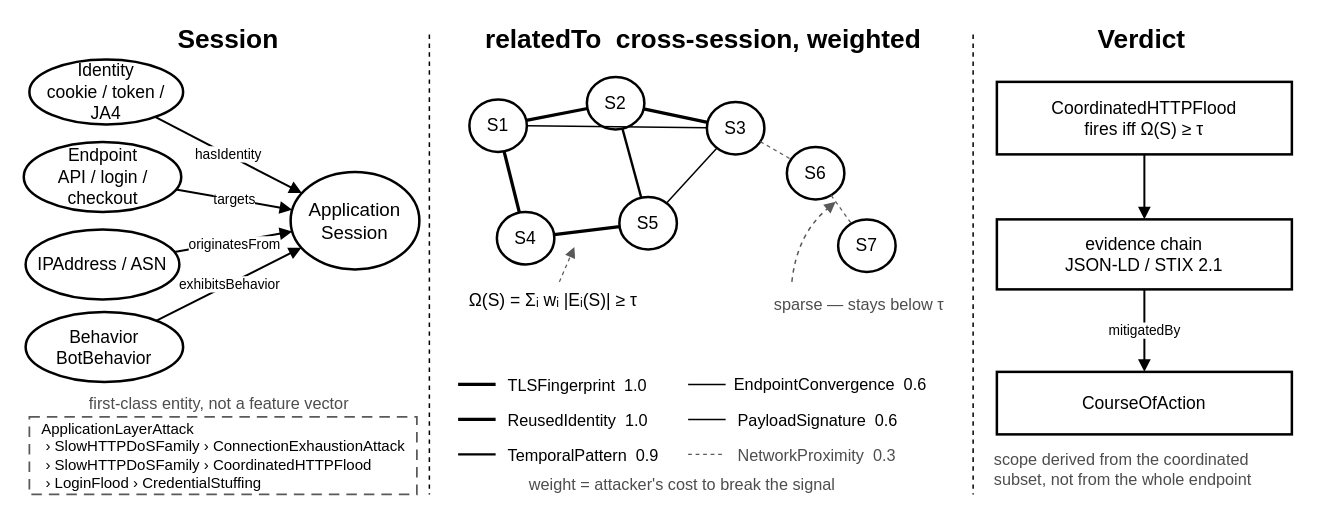
Before: papers/http-session-noms/figures/src-drawio/fig1_ontology.drawio in Natanael0liveira/knowledge-graph-ddos-article, a draw.io diagram. Source tidied: cells renumbered, new cells numbered last; positions are measured from the earlier drawing's top-left corner, leaving out a move shared by most shapes. Both pictures are drawn from the tidied source at 125%, with x=0, y=0 at pixel (24, 21).
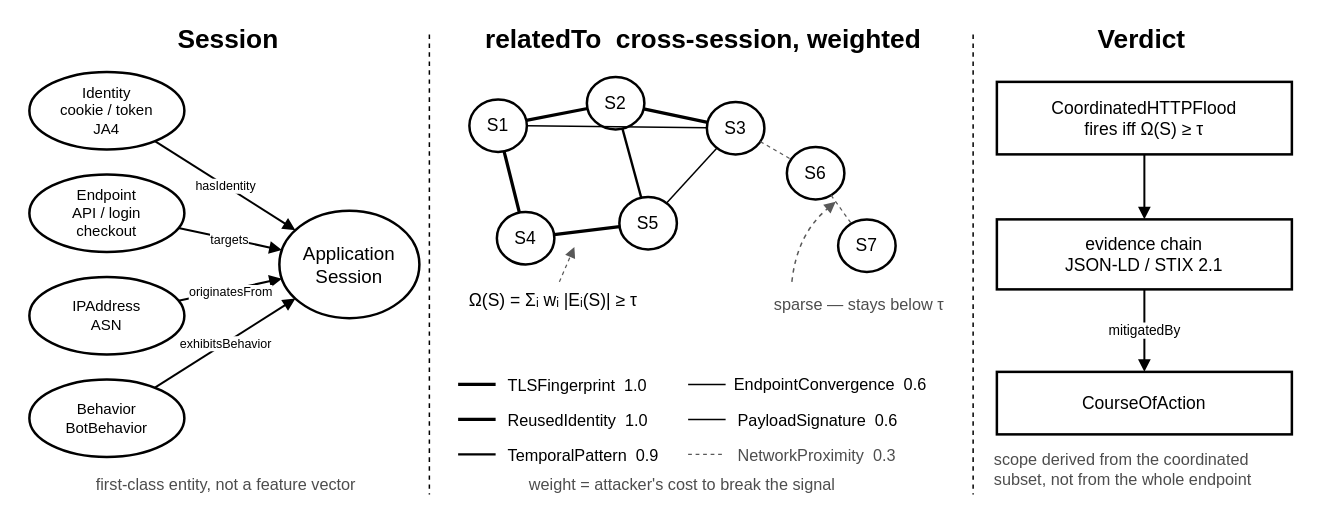
After the change.

The edit, as a diff of the source:
```diff
@@
-    <mxCell id="3" value="Identity&lt;br&gt;cookie / token / JA4" style="ellipse;whiteSpace=wrap;html=1;fillColor=none;strokeColor=#000000;strokeWidth=2;fontFamily=Helvetica;fontSize=14;" parent="1" vertex="1">
-      <mxGeometry x="4" y="30" width="123" height="52" as="geometry" />
+    <mxCell id="3" value="Identity&lt;br&gt;cookie / token&lt;br&gt;JA4" style="ellipse;whiteSpace=wrap;html=1;fillColor=none;strokeColor=#000000;strokeWidth=2;fontFamily=Helvetica;fontSize=12;" parent="1" vertex="1">
+      <mxGeometry x="4" y="40" width="124" height="62" as="geometry" />
     </mxCell>
-    <mxCell id="4" value="Endpoint&lt;br&gt;API / login / checkout" style="ellipse;whiteSpace=wrap;html=1;fillColor=none;strokeColor=#000000;strokeWidth=2;fontFamily=Helvetica;fontSize=14;" parent="1" vertex="1">
-      <mxGeometry x="-0.5" y="96" width="126" height="56" as="geometry" />
+    <mxCell id="4" value="Endpoint&lt;br&gt;API / login&lt;br&gt;checkout" style="ellipse;whiteSpace=wrap;html=1;fillColor=none;strokeColor=#000000;strokeWidth=2;fontFamily=Helvetica;fontSize=12;" parent="1" vertex="1">
+      <mxGeometry x="4" y="122" width="124" height="62" as="geometry" />
     </mxCell>
-    <mxCell id="5" value="IPAddress / ASN" style="ellipse;whiteSpace=wrap;html=1;fillColor=none;strokeColor=#000000;strokeWidth=2;fontFamily=Helvetica;fontSize=14;" parent="1" vertex="1">
-      <mxGeometry x="1" y="166" width="123" height="56" as="geometry" />
+    <mxCell id="5" value="IPAddress&lt;br&gt;ASN" style="ellipse;whiteSpace=wrap;html=1;fillColor=none;strokeColor=#000000;strokeWidth=2;fontFamily=Helvetica;fontSize=12;" parent="1" vertex="1">
+      <mxGeometry x="4" y="204" width="124" height="62" as="geometry" />
     </mxCell>
-    <mxCell id="6" value="Behavior&lt;br&gt;BotBehavior" style="ellipse;whiteSpace=wrap;html=1;fillColor=none;strokeColor=#000000;strokeWidth=2;fontFamily=Helvetica;fontSize=14;" parent="1" vertex="1">
-      <mxGeometry x="1" y="232" width="126" height="56" as="geometry" />
+    <mxCell id="6" value="Behavior&lt;br&gt;BotBehavior" style="ellipse;whiteSpace=wrap;html=1;fillColor=none;strokeColor=#000000;strokeWidth=2;fontFamily=Helvetica;fontSize=12;" parent="1" vertex="1">
+      <mxGeometry x="4" y="286" width="124" height="62" as="geometry" />
     </mxCell>
     <mxCell id="7" value="Application&lt;br&gt;Session" style="ellipse;whiteSpace=wrap;html=1;fillColor=none;strokeColor=#000000;strokeWidth=2;fontFamily=Helvetica;fontSize=15;" parent="1" vertex="1">
-      <mxGeometry x="213" y="120" width="103" height="78" as="geometry" />
+      <mxGeometry x="204" y="151" width="112" height="86" as="geometry" />
     </mxCell>
-    <mxCell id="8" value="hasIdentity" style="endArrow=block;endFill=1;endSize=6;html=1;rounded=0;strokeColor=#000000;strokeWidth=1.6;fontFamily=Helvetica;fontSize=11;labelBackgroundColor=#FFFFFF;" parent="1" edge="1" source="3" target="7">
+    <mxCell id="8" value="hasIdentity" style="endArrow=block;endFill=1;endSize=6;html=1;rounded=0;strokeColor=#000000;strokeWidth=1.6;fontFamily=Helvetica;fontSize=10;labelBackgroundColor=#FFFFFF;" parent="1" edge="1" source="3" target="7">
       <mxGeometry relative="1" as="geometry" />
     </mxCell>
-    <mxCell id="9" value="targets" style="endArrow=block;endFill=1;endSize=6;html=1;rounded=0;strokeColor=#000000;strokeWidth=1.6;fontFamily=Helvetica;fontSize=11;labelBackgroundColor=#FFFFFF;" parent="1" edge="1" source="4" target="7">
+    <mxCell id="9" value="targets" style="endArrow=block;endFill=1;endSize=6;html=1;rounded=0;strokeColor=#000000;strokeWidth=1.6;fontFamily=Helvetica;fontSize=10;labelBackgroundColor=#FFFFFF;" parent="1" edge="1" source="4" target="7">
       <mxGeometry relative="1" as="geometry" />
     </mxCell>
-    <mxCell id="10" value="originatesFrom" style="endArrow=block;endFill=1;endSize=6;html=1;rounded=0;strokeColor=#000000;strokeWidth=1.6;fontFamily=Helvetica;fontSize=11;labelBackgroundColor=#FFFFFF;" parent="1" edge="1" source="5" target="7">
+    <mxCell id="10" value="originatesFrom" style="endArrow=block;endFill=1;endSize=6;html=1;rounded=0;strokeColor=#000000;strokeWidth=1.6;fontFamily=Helvetica;fontSize=10;labelBackgroundColor=#FFFFFF;" parent="1" edge="1" source="5" target="7">
       <mxGeometry y="-2" relative="1" as="geometry" />
     </mxCell>
-    <mxCell id="11" value="exhibitsBehavior" style="endArrow=block;endFill=1;endSize=6;html=1;rounded=0;strokeColor=#000000;strokeWidth=1.6;fontFamily=Helvetica;fontSize=11;labelBackgroundColor=#FFFFFF;" parent="1" edge="1" source="6" target="7">
+    <mxCell id="11" value="exhibitsBehavior" style="endArrow=block;endFill=1;endSize=6;html=1;rounded=0;strokeColor=#000000;strokeWidth=1.6;fontFamily=Helvetica;fontSize=10;labelBackgroundColor=#FFFFFF;" parent="1" edge="1" source="6" target="7">
       <mxGeometry relative="1" as="geometry" />
     </mxCell>
-    <mxCell id="12" value="first-class entity, not a feature vector" style="text;html=1;fontFamily=Helvetica;fontSize=13;fontColor=#4D4D4D;align=left;verticalAlign=top;" parent="1" vertex="1">
-      <mxGeometry x="50" y="291" width="290" height="20" as="geometry" />
+    <mxCell id="12" value="first-class entity, not a feature vector" style="text;html=1;fontFamily=Helvetica;fontSize=13;fontColor=#4D4D4D;align=center;verticalAlign=top;" parent="1" vertex="1">
+      <mxGeometry x="-2" y="356" width="326" height="20" as="geometry" />
     </mxCell>
-    <mxCell id="13" style="rounded=0;whiteSpace=wrap;html=1;fillColor=none;strokeColor=#595959;strokeWidth=1.4;dashed=1;dashPattern=6 4;" parent="1" vertex="1">
-      <mxGeometry x="4" y="316" width="310" height="62" as="geometry" />
-    </mxCell>
-    <mxCell id="14" value="ApplicationLayerAttack&lt;br&gt; › SlowHTTPDoSFamily › ConnectionExhaustionAttack&lt;br&gt; › SlowHTTPDoSFamily › CoordinatedHTTPFlood&lt;br&gt; › LoginFlood › CredentialStuffing" style="text;html=1;fontFamily=Helvetica;fontSize=12;align=left;verticalAlign=middle;" parent="1" vertex="1">
-      <mxGeometry x="12" y="319" width="240" height="56" as="geometry" />
-    </mxCell>
```
